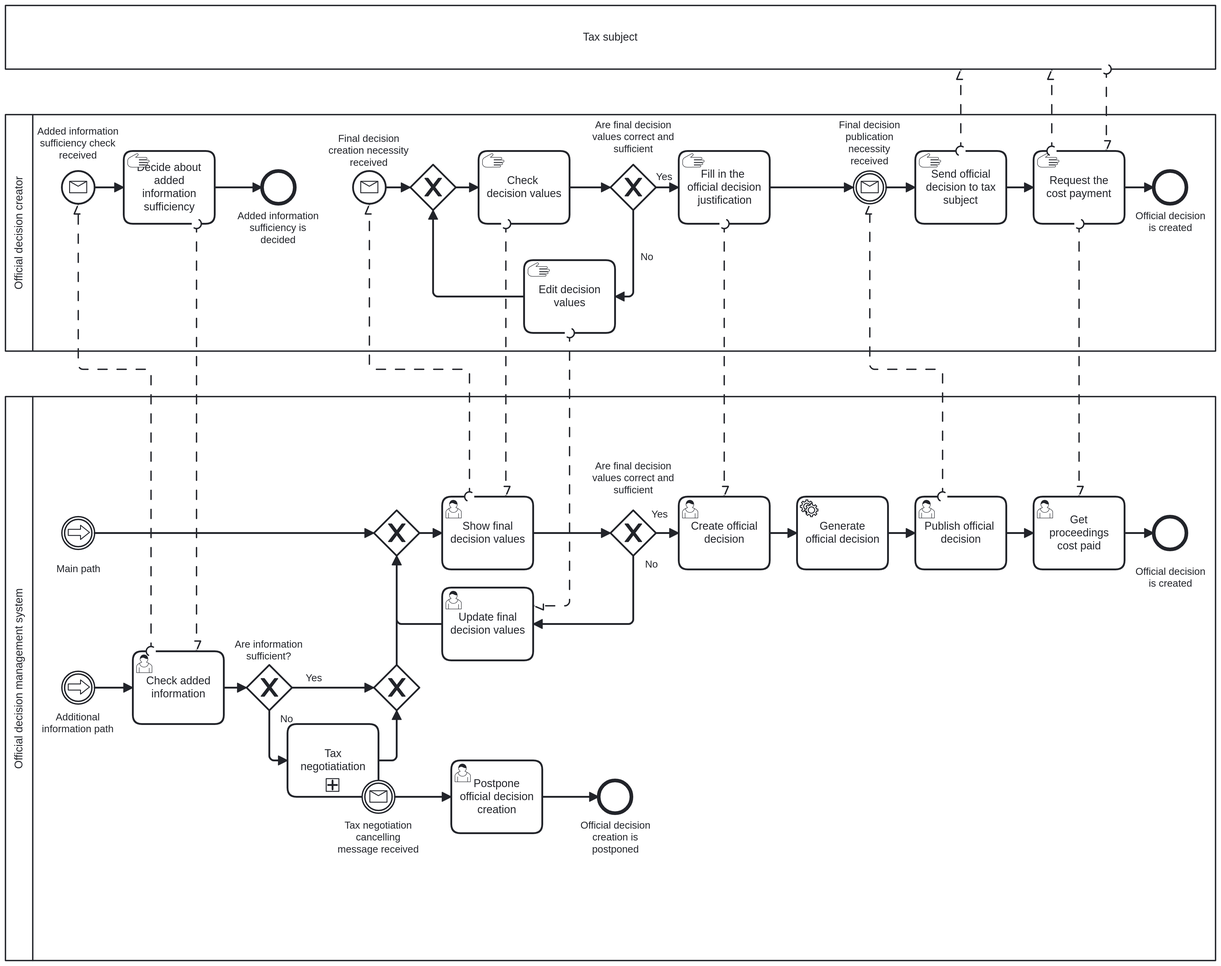
Earlier version of the BPMN export to-be-analysis/BPMN_level_2_part2.png (matouda7/tax-administration-digitization). Its source is kept beside it as to-be-analysis/res/BPMN_level_2_part2.bpmn. Ids are renumbered.
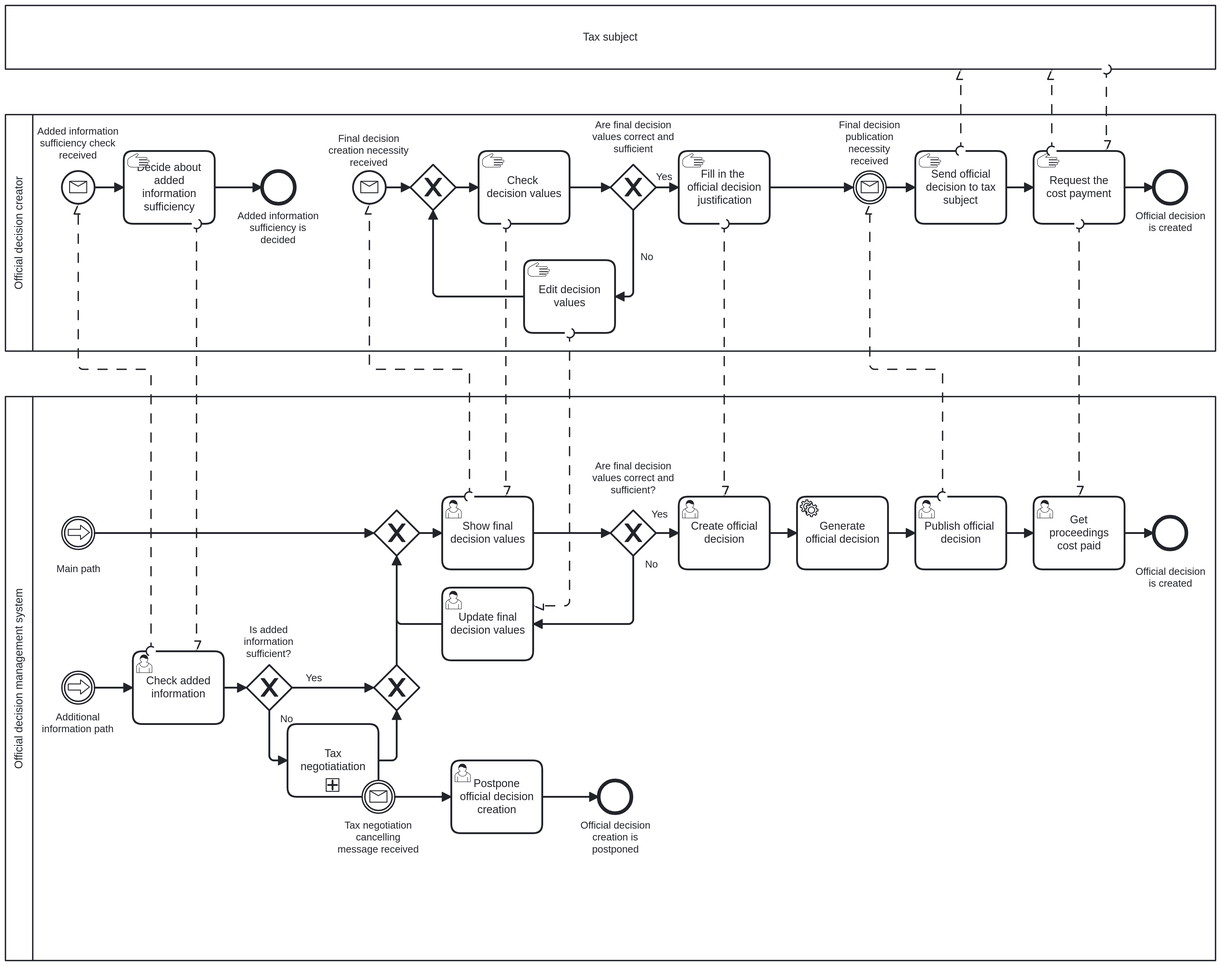
After the commit.

The edit, as a diff of the source:
```diff
@@ -47,7 +47,7 @@
       <bpmn:incoming>Flow_n41</bpmn:incoming>
       <bpmn:outgoing>Flow_n42</bpmn:outgoing>
     </bpmn:userTask>
-    <bpmn:exclusiveGateway id="Gateway_n43" name="Are final decision values correct and sufficient">
+    <bpmn:exclusiveGateway id="Gateway_n43" name="Are final decision values correct and sufficient?">
       <bpmn:incoming>Flow_n42</bpmn:incoming>
       <bpmn:outgoing>Flow_n44</bpmn:outgoing>
       <bpmn:outgoing>Flow_n45</bpmn:outgoing>
@@ -92,7 +92,7 @@
       <bpmn:incoming>Flow_n52</bpmn:incoming>
       <bpmn:outgoing>Flow_n54</bpmn:outgoing>
     </bpmn:userTask>
-    <bpmn:exclusiveGateway id="Gateway_n55" name="Are information sufficient?">
+    <bpmn:exclusiveGateway id="Gateway_n55" name="Is added information sufficient?">
       <bpmn:incoming>Flow_n54</bpmn:incoming>
       <bpmn:outgoing>Flow_n56</bpmn:outgoing>
       <bpmn:outgoing>Flow_n57</bpmn:outgoing>
@@ -260,7 +260,7 @@
       <bpmndi:BPMNShape id="BPMNShape_n105" bpmnElement="Gateway_n55" isMarkerVisible="true">
         <dc:Bounds x="385" y="805" width="50" height="50" />
         <bpmndi:BPMNLabel>
-          <dc:Bounds x="372" y="776" width="75" height="27" />
+          <dc:Bounds x="382" y="760" width="55" height="40" />
         </bpmndi:BPMNLabel>
       </bpmndi:BPMNShape>
       <bpmndi:BPMNShape id="BPMNShape_n106" bpmnElement="Gateway_n36" isMarkerVisible="true">
```
